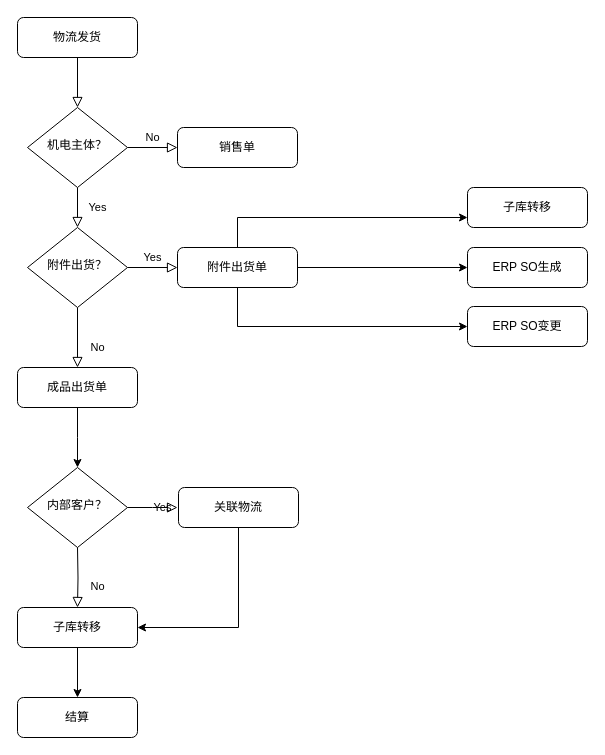
This is Untitled Diagram.drawio from zhoujg-dev/rapid-dev, a draw.io file, before an edit. Source tidied: cells renumbered, new cells numbered last; positions are measured from the earlier drawing's top-left corner, leaving out a move shared by most shapes. Both pictures are drawn from the tidied source at 100%, with x=0, y=0 at pixel (17, 17).
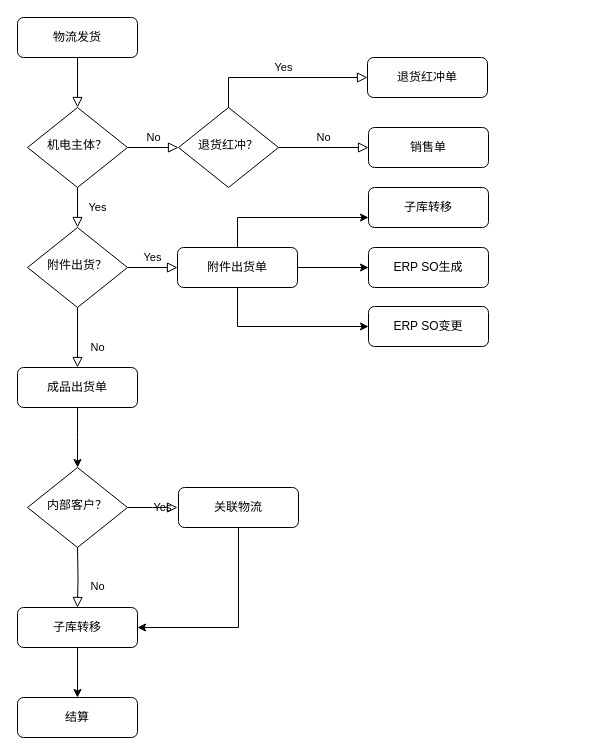
After the change.

The change refers to these unchanged cells:
```xml
<mxCell id="6" value="机电主体？" style="rhombus;whiteSpace=wrap;html=1;shadow=0;fontFamily=Helvetica;fontSize=12;align=center;strokeWidth=1;spacing=6;spacingTop=-4;" parent="1" vertex="1">
  <mxGeometry x="10" y="90" width="100" height="80" as="geometry" />
</mxCell>
```

Change to the diagram source:
```diff
@@
-    <mxCell id="5" value="No" style="edgeStyle=orthogonalEdgeStyle;rounded=0;html=1;jettySize=auto;fontSize=11;endArrow=block;endFill=0;endSize=8;strokeWidth=1;shadow=0;labelBackgroundColor=none;" parent="1" edge="1" source="6" target="7">
+    <mxCell id="5" value="No" style="edgeStyle=orthogonalEdgeStyle;rounded=0;html=1;jettySize=auto;fontSize=11;endArrow=block;endFill=0;endSize=8;strokeWidth=1;shadow=0;labelBackgroundColor=none;entryX=0;entryY=0.5;entryDx=0;entryDy=0;" parent="1" edge="1" source="6" target="28">
       <mxGeometry y="10" relative="1" as="geometry" />
     </mxCell>
@@
     <mxCell id="7" value="销售单" style="rounded=1;whiteSpace=wrap;html=1;fontSize=12;glass=0;strokeWidth=1;shadow=0;" parent="1" vertex="1">
-      <mxGeometry x="160" y="110" width="120" height="40" as="geometry" />
+      <mxGeometry x="351" y="110" width="120" height="40" as="geometry" />
     </mxCell>
@@
     <mxCell id="16" value="子库转移" style="rounded=1;whiteSpace=wrap;html=1;fontSize=12;glass=0;strokeWidth=1;shadow=0;" parent="1" vertex="1">
-      <mxGeometry x="450" y="170" width="120" height="40" as="geometry" />
+      <mxGeometry x="351" y="170" width="120" height="40" as="geometry" />
     </mxCell>
     <mxCell id="17" value="ERP SO生成" style="rounded=1;whiteSpace=wrap;html=1;fontSize=12;glass=0;strokeWidth=1;shadow=0;" parent="1" vertex="1">
-      <mxGeometry x="450" y="230" width="120" height="40" as="geometry" />
+      <mxGeometry x="351" y="230" width="120" height="40" as="geometry" />
     </mxCell>
     <mxCell id="18" value="ERP SO变更" style="rounded=1;whiteSpace=wrap;html=1;fontSize=12;glass=0;strokeWidth=1;shadow=0;" parent="1" vertex="1">
-      <mxGeometry x="450" y="289" width="120" height="40" as="geometry" />
+      <mxGeometry x="351" y="289" width="120" height="40" as="geometry" />
     </mxCell>
@@
+    <mxCell id="28" value="退货红冲？" style="rhombus;whiteSpace=wrap;html=1;shadow=0;fontFamily=Helvetica;fontSize=12;align=center;strokeWidth=1;spacing=6;spacingTop=-4;" parent="1" vertex="1">
+      <mxGeometry x="161" y="90" width="100" height="80" as="geometry" />
+    </mxCell>
+    <mxCell id="29" value="No" style="edgeStyle=orthogonalEdgeStyle;rounded=0;html=1;jettySize=auto;fontSize=11;endArrow=block;endFill=0;endSize=8;strokeWidth=1;shadow=0;labelBackgroundColor=none;entryX=0;entryY=0.5;entryDx=0;entryDy=0;exitX=1;exitY=0.5;exitDx=0;exitDy=0;" parent="1" edge="1" source="28" target="7">
+      <mxGeometry y="10" relative="1" as="geometry" />
+    </mxCell>
+    <mxCell id="30" value="退货红冲单" style="rounded=1;whiteSpace=wrap;html=1;fontSize=12;glass=0;strokeWidth=1;shadow=0;" parent="1" vertex="1">
+      <mxGeometry x="350" y="40" width="120" height="40" as="geometry" />
+    </mxCell>
+    <mxCell id="31" value="Yes" style="edgeStyle=orthogonalEdgeStyle;rounded=0;html=1;jettySize=auto;fontSize=11;endArrow=block;endFill=0;endSize=8;strokeWidth=1;shadow=0;labelBackgroundColor=none;entryX=0;entryY=0.5;entryDx=0;entryDy=0;exitX=0.5;exitY=0;exitDx=0;exitDy=0;" parent="1" edge="1" source="28" target="30">
+      <mxGeometry y="10" relative="1" as="geometry" />
+    </mxCell>
```
